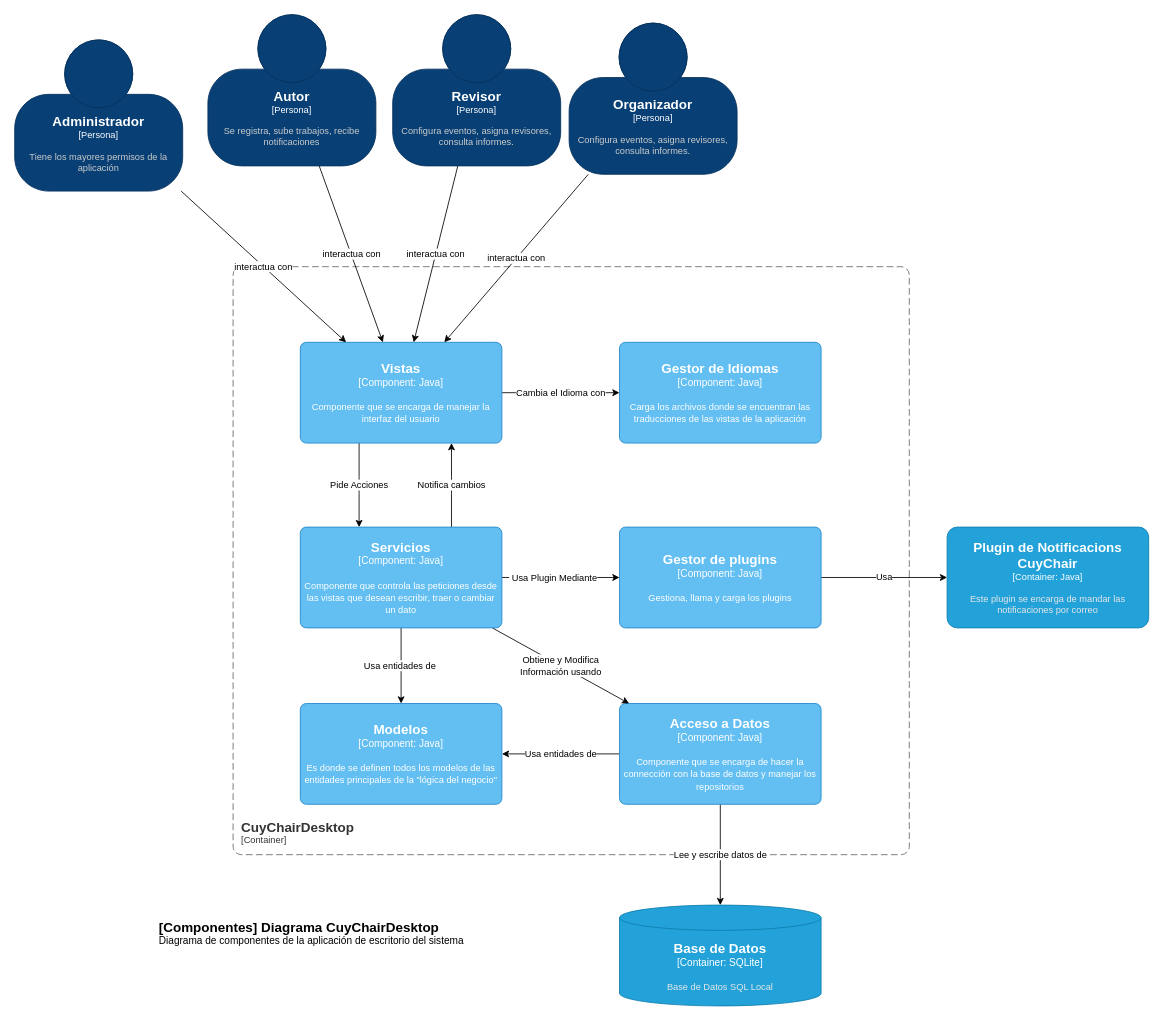
Earlier version of the draw.io diagram cuyChairDesktop/C4/ComponentesDesktopApp.drawio (Whouaaass/CuyChair-Docs). Source tidied: cells renumbered, new cells numbered last; positions are measured from the earlier drawing's top-left corner, leaving out a move shared by most shapes. Both pictures are drawn from the tidied source at 84%, with x=0, y=0 at pixel (14, 14).
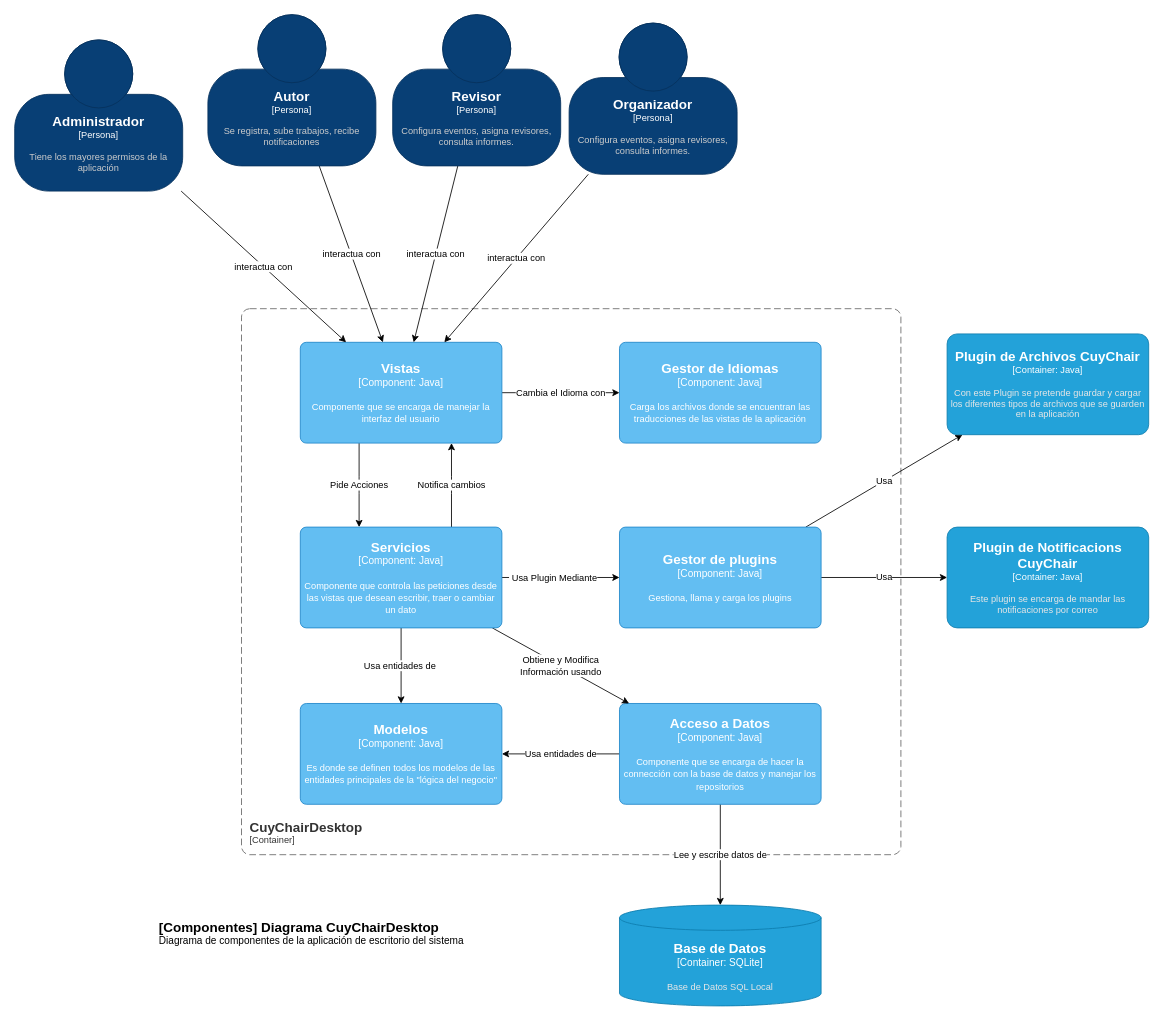
The same page after the edit.

Commit message (it also covers changes not shown here):
Adicion del plugin de adicion de archivos al modelo de contenedores y al de componentes

Unchanged cells that the change refers to:
```xml
<object id="20" label="&lt;font style=&quot;font-size: 16px&quot;&gt;&lt;b&gt;%c4Name%&lt;/b&gt;&lt;/font&gt;&lt;div&gt;[%c4Type%: %c4Technology%]&lt;/div&gt;&lt;br&gt;&lt;div&gt;&lt;font style=&quot;font-size: 11px&quot;&gt;%c4Description%&lt;/font&gt;&lt;/div&gt;" c4Description="Gestiona, llama y carga los plugins" c4Name="Gestor de plugins" c4Technology="Java" c4Type="Component" placeholders="1">
  <mxCell style="rounded=1;whiteSpace=wrap;html=1;labelBackgroundColor=none;fillColor=#63BEF2;fontColor=#ffffff;align=center;arcSize=6;strokeColor=#2086C9;points=[[0.25,0,0],[0.5,0,0],[0.75,0,0],[1,0.25,0],[1,0.5,0],[1,0.75,0],[0.75,1,0],[0.5,1,0],[0.25,1,0],[0,0.75,0],[0,0.5,0],[0,0.25,0]];" parent="1" vertex="1">
    <mxGeometry x="720" y="610" width="240" height="120" as="geometry" />
  </mxCell>
</object>
```

What changed in the source:
```diff
@@
     <object id="2" label="&lt;font style=&quot;font-size: 16px&quot;&gt;&lt;b&gt;&lt;div style=&quot;text-align: left&quot;&gt;%c4Name%&lt;/div&gt;&lt;/b&gt;&lt;/font&gt;&lt;div style=&quot;text-align: left&quot;&gt;[%c4Application%]&lt;/div&gt;" c4Application="Container" c4Name="CuyChairDesktop" placeholders="1">
       <mxCell style="rounded=1;fontSize=11;whiteSpace=wrap;html=1;dashed=1;arcSize=20;fillColor=none;strokeColor=#666666;fontColor=#333333;labelBackgroundColor=none;align=left;verticalAlign=bottom;labelBorderColor=none;spacingTop=0;spacing=10;dashPattern=8 4;perimeter=rectanglePerimeter;noLabel=0;labelPadding=0;absoluteArcSize=1;" parent="1" vertex="1">
-        <mxGeometry x="260" y="300" width="805" height="700" as="geometry" />
+        <mxGeometry x="270" y="350" width="785" height="650" as="geometry" />
       </mxCell>
     </object>
@@
+    <mxCell id="30" value="Usa" style="edgeStyle=none;html=1;" parent="1" edge="1" source="20" target="31">
+      <mxGeometry relative="1" as="geometry" />
+    </mxCell>
@@
+    <object id="31" label="&lt;font style=&quot;font-size: 16px&quot;&gt;&lt;b&gt;%c4Name%&lt;/b&gt;&lt;/font&gt;&lt;div&gt;[%c4Type%: %c4Technology%]&lt;/div&gt;&lt;br&gt;&lt;div&gt;&lt;font style=&quot;font-size: 11px&quot;&gt;&lt;font color=&quot;#E6E6E6&quot;&gt;%c4Description%&lt;/font&gt;&lt;/div&gt;" c4Description="Con este Plugin se pretende guardar y cargar los diferentes tipos de archivos que se guarden en la aplicación" c4Name="Plugin de Archivos CuyChair" c4Technology="Java" c4Type="Container" placeholders="1">
+      <mxCell style="rounded=1;whiteSpace=wrap;html=1;fontSize=11;labelBackgroundColor=none;fillColor=#23A2D9;fontColor=#ffffff;align=center;arcSize=10;strokeColor=#0E7DAD;points=[[0.25,0,0],[0.5,0,0],[0.75,0,0],[1,0.25,0],[1,0.5,0],[1,0.75,0],[0.75,1,0],[0.5,1,0],[0.25,1,0],[0,0.75,0],[0,0.5,0],[0,0.25,0]];" parent="1" vertex="1">
+        <mxGeometry x="1110" y="380" width="240" height="120" as="geometry" />
+      </mxCell>
+    </object>
```
